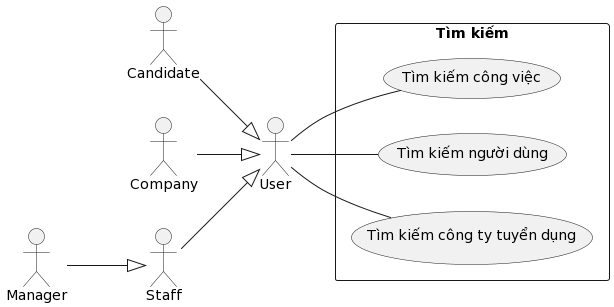
Above: Lab1/Lab 1.2 Diagram/Use case/FileIMG/12. UsecaseTimKiem.png in Griselda4774/EAS-EmploymentAssistanceSystem (PlantUML), before the change. Source of this version:
```plantuml
@startuml
left to right direction

actor "User" as nguoiDung
actor "Candidate" as nguoiUngTuyen
actor "Company" as congTyTuyenDung
actor "Staff" as nhanVien
actor "Manager" as quanLy

rectangle "Tìm kiếm" {
    usecase "Tìm kiếm công việc" as timKiemCongViec
    usecase "Tìm kiếm người dùng" as timKiemNguoiDung
    usecase "Tìm kiếm công ty tuyển dụng" as timKiemCongTyTuyenDung
}

nguoiDung -- timKiemCongViec
nguoiDung -- timKiemNguoiDung
nguoiDung -- timKiemCongTyTuyenDung

nguoiUngTuyen --^ nguoiDung

congTyTuyenDung --^ nguoiDung

nhanVien --^ nguoiDung

quanLy --^ nhanVien
@enduml
```
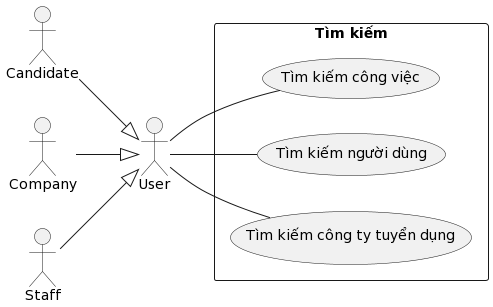
The same file after the commit.

Diff of the diagram source:
```diff
@@ -5,7 +5,6 @@
 actor "Candidate" as nguoiUngTuyen
 actor "Company" as congTyTuyenDung
 actor "Staff" as nhanVien
-actor "Manager" as quanLy
 
 rectangle "Tìm kiếm" {
     usecase "Tìm kiếm công việc" as timKiemCongViec
@@ -22,6 +21,4 @@
 congTyTuyenDung --^ nguoiDung
 
 nhanVien --^ nguoiDung
-
-quanLy --^ nhanVien
 @enduml
```
